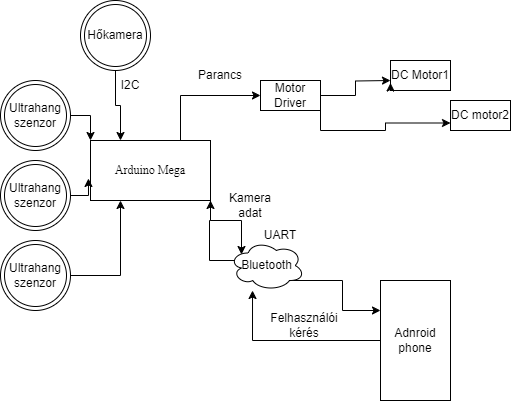
JBLogistic/Licence_Exam keeps this draw.io diagram as Megnevezetlen diagram.drawio.png. Above is the earlier version. Source tidied: cells renumbered, new cells last; positions are measured from the earlier drawing's top-left corner, leaving out a move shared by most shapes.
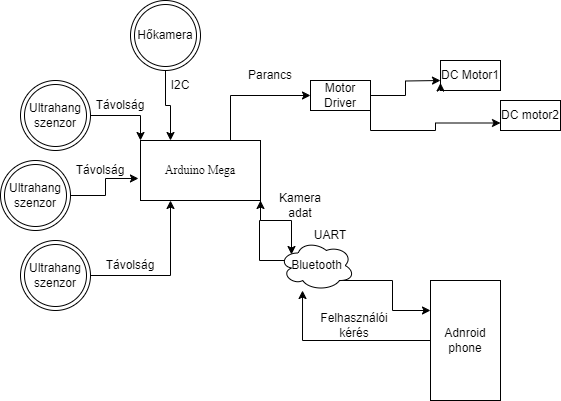
The same file after the commit.

The edit, as a diff of the source:
```diff
@@ -36,19 +36,19 @@
       <mxGeometry relative="1" as="geometry" />
     </mxCell>
     <mxCell id="13" value="Ultrahang szenzor" style="ellipse;shape=doubleEllipse;whiteSpace=wrap;html=1;" parent="1" vertex="1">
-      <mxGeometry y="80" width="70" height="70" as="geometry" />
+      <mxGeometry x="-30" y="80" width="70" height="70" as="geometry" />
     </mxCell>
     <mxCell id="14" style="edgeStyle=orthogonalEdgeStyle;rounded=0;jettySize=auto;html=1;exitX=1;exitY=0.5;exitDx=0;exitDy=0;entryX=-0.017;entryY=0.633;entryDx=0;entryDy=0;entryPerimeter=0;" parent="1" edge="1" source="15" target="4">
       <mxGeometry relative="1" as="geometry" />
     </mxCell>
     <mxCell id="15" value="Ultrahang szenzor" style="ellipse;shape=doubleEllipse;whiteSpace=wrap;html=1;" parent="1" vertex="1">
-      <mxGeometry y="160" width="70" height="70" as="geometry" />
+      <mxGeometry x="-50" y="160" width="70" height="70" as="geometry" />
     </mxCell>
     <mxCell id="16" style="edgeStyle=orthogonalEdgeStyle;rounded=0;jettySize=auto;html=1;exitX=1;exitY=0.5;exitDx=0;exitDy=0;entryX=0.25;entryY=1;entryDx=0;entryDy=0;" parent="1" edge="1" source="17" target="4">
       <mxGeometry relative="1" as="geometry" />
     </mxCell>
     <mxCell id="17" value="Ultrahang szenzor" style="ellipse;shape=doubleEllipse;whiteSpace=wrap;html=1;" parent="1" vertex="1">
-      <mxGeometry y="240" width="70" height="70" as="geometry" />
+      <mxGeometry x="-30" y="240" width="70" height="70" as="geometry" />
     </mxCell>
     <mxCell id="18" style="edgeStyle=orthogonalEdgeStyle;rounded=0;jettySize=auto;html=1;exitX=1;exitY=0.5;exitDx=0;exitDy=0;" parent="1" edge="1" source="20">
       <mxGeometry relative="1" as="geometry">
@@ -85,5 +85,14 @@
     <mxCell id="28" value="Felhasználói kérés" style="text;html=1;strokeColor=none;fillColor=none;align=center;verticalAlign=middle;whiteSpace=wrap;rounded=0;" parent="1" vertex="1">
       <mxGeometry x="274" y="310" width="60" height="30" as="geometry" />
     </mxCell>
+    <mxCell id="29" value="Távolság" style="text;html=1;strokeColor=none;fillColor=none;align=center;verticalAlign=middle;whiteSpace=wrap;rounded=0;" parent="1" vertex="1">
+      <mxGeometry x="40" y="90" width="60" height="30" as="geometry" />
+    </mxCell>
+    <mxCell id="30" value="Távolság" style="text;html=1;strokeColor=none;fillColor=none;align=center;verticalAlign=middle;whiteSpace=wrap;rounded=0;" parent="1" vertex="1">
+      <mxGeometry x="20" y="155" width="60" height="30" as="geometry" />
+    </mxCell>
+    <mxCell id="31" value="Távolság" style="text;html=1;strokeColor=none;fillColor=none;align=center;verticalAlign=middle;whiteSpace=wrap;rounded=0;" parent="1" vertex="1">
+      <mxGeometry x="50" y="250" width="60" height="30" as="geometry" />
+    </mxCell>
   </root>
 </mxGraphModel>
```
